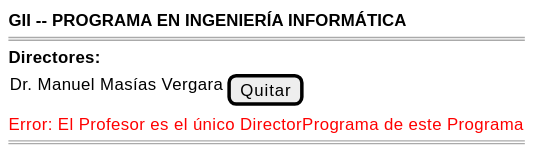
This is images/RUP/01-requisitos/03-detalle-casos-uso/quitarDirectorPrograma/wireframe-desdePrograma.svg from mmasias/pyCeldaPublico, a PlantUML export, as it was before one commit. The source it was exported from:
```plantuml
@startsalt quitarDirectorPrograma-wireframe-desdePrograma
{
    <b>GII -- PROGRAMA EN INGENIERÍA INFORMÁTICA</b>
    ====
    <b>Directores:</b>
    {
        Dr. Manuel Masías Vergara | [Quitar]
    }
    <color:red>Error: El Profesor es el único DirectorPrograma de este Programa</color>
    ====
}
@endsalt
```
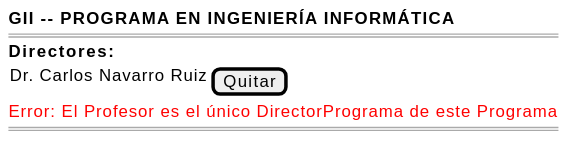
Above is the later version.

The edit, as a diff of the source:
```diff
@@ -4,7 +4,7 @@
     ====
     <b>Directores:</b>
     {
-        Dr. Manuel Masías Vergara | [Quitar]
+        Dr. Carlos Navarro Ruiz | [Quitar]
     }
     <color:red>Error: El Profesor es el único DirectorPrograma de este Programa</color>
     ====
```
